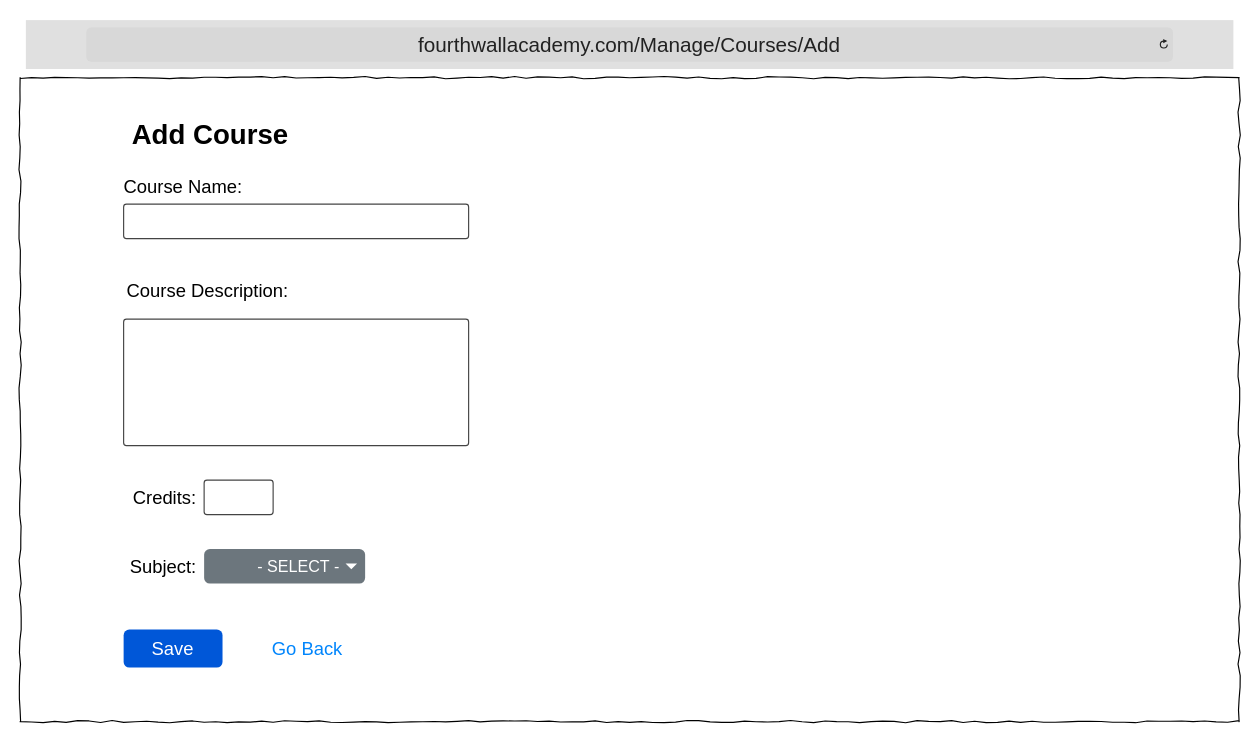
This is DesignDocument/Wireframes/4hWallAcademy_Courses_Add.drawio from TRed91/4thWallAcademy, a draw.io file, before an edit. Source tidied: cells renumbered, new cells numbered last; positions are measured from the earlier drawing's top-left corner, leaving out a move shared by most shapes. Both pictures are drawn from the tidied source at 115%, with x=0, y=0 at pixel (20, 20).
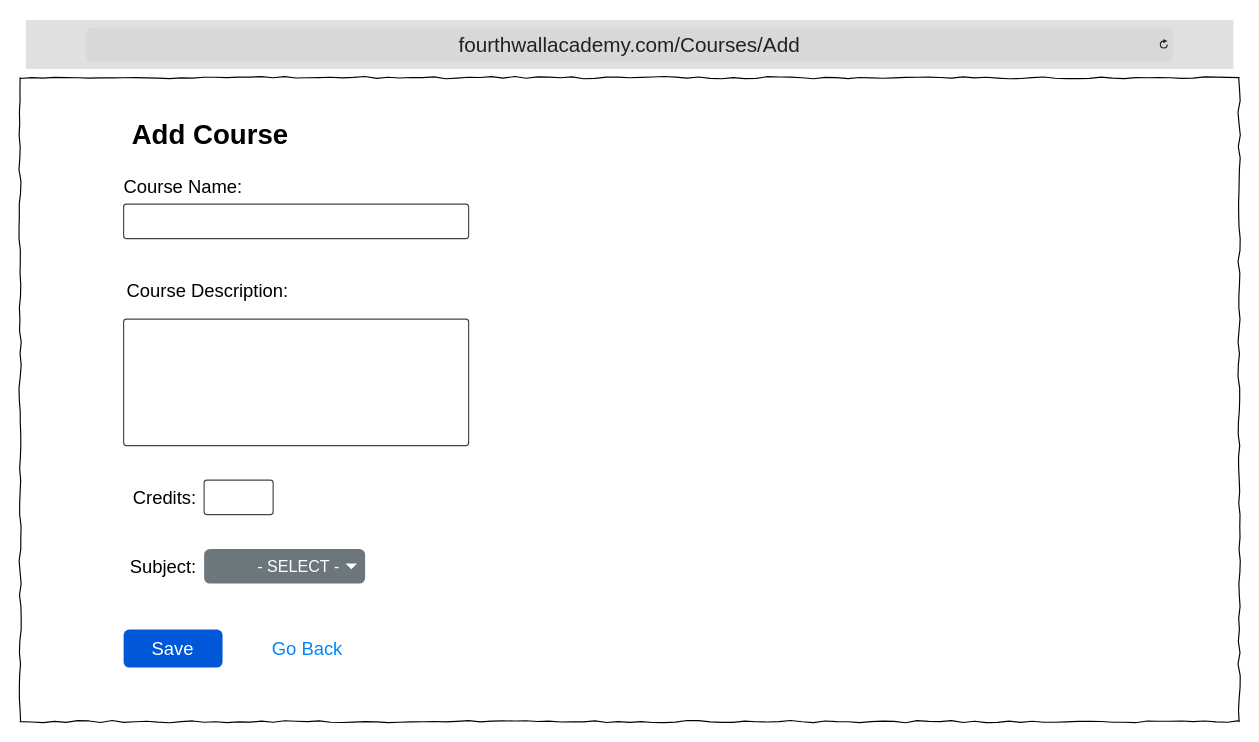
Above is the later version.

Diff of the diagram source:
```diff
@@
 <mxGraphModel>
   <root>
     <mxCell id="0" />
     <mxCell id="1" parent="0" />
     <mxCell id="2" style="whiteSpace=wrap;html=1;rounded=0;shadow=0;labelBackgroundColor=none;strokeColor=#000000;strokeWidth=1;fillColor=none;fontFamily=Verdana;fontSize=12;fontColor=#000000;align=center;comic=1;" parent="1" vertex="1">
       <mxGeometry y="50" width="1060" height="560" as="geometry" />
     </mxCell>
-    <mxCell id="3" value="&lt;font style=&quot;font-size: 18px;&quot;&gt;fourthwallacademy.com/Manage/Courses/Add&lt;/font&gt;" style="html=1;strokeWidth=1;shadow=0;dashed=0;shape=mxgraph.ios7ui.url;fillColor=#e0e0e0;strokeColor=#c0c0c0;buttonText=;strokeColor2=#222222;fontColor=#222222;fontSize=8;spacingTop=2;align=center;whiteSpace=wrap;" parent="1" vertex="1">
+    <mxCell id="3" value="&lt;font style=&quot;font-size: 18px;&quot;&gt;fourthwallacademy.com/Courses/Add&lt;/font&gt;" style="html=1;strokeWidth=1;shadow=0;dashed=0;shape=mxgraph.ios7ui.url;fillColor=#e0e0e0;strokeColor=#c0c0c0;buttonText=;strokeColor2=#222222;fontColor=#222222;fontSize=8;spacingTop=2;align=center;whiteSpace=wrap;" parent="1" vertex="1">
       <mxGeometry x="5" width="1050" height="42.5" as="geometry" />
     </mxCell>
     <mxCell id="4" value="Add Course" style="text;strokeColor=none;fillColor=none;html=1;fontSize=24;fontStyle=1;verticalAlign=middle;align=center;" parent="1" vertex="1">
       <mxGeometry x="60" y="80" width="210" height="40" as="geometry" />
     </mxCell>
     <mxCell id="5" value="&lt;font style=&quot;font-size: 16px;&quot;&gt;Course Name:&amp;nbsp;&lt;/font&gt;" style="text;html=1;align=right;verticalAlign=middle;whiteSpace=wrap;rounded=0;" parent="1" vertex="1">
       <mxGeometry x="20" y="130" width="180" height="30" as="geometry" />
     </mxCell>
     <mxCell id="6" value="&lt;font style=&quot;font-size: 16px;&quot;&gt;Course Description:&amp;nbsp;&lt;/font&gt;" style="text;html=1;align=right;verticalAlign=middle;whiteSpace=wrap;rounded=0;" parent="1" vertex="1">
       <mxGeometry x="90" y="220" width="150" height="30" as="geometry" />
     </mxCell>
     <mxCell id="7" style="strokeWidth=1;html=1;shadow=0;dashed=0;shape=mxgraph.ios.iTextInput;strokeColor=#444444;buttonText=;fontSize=8;whiteSpace=wrap;align=left;" parent="1" vertex="1">
       <mxGeometry x="90" y="160" width="300" height="30" as="geometry" />
     </mxCell>
     <mxCell id="8" style="strokeWidth=1;html=1;shadow=0;dashed=0;shape=mxgraph.ios.iTextInput;strokeColor=#444444;buttonText=;fontSize=8;whiteSpace=wrap;align=left;" parent="1" vertex="1">
       <mxGeometry x="90" y="260" width="300" height="110" as="geometry" />
     </mxCell>
     <mxCell id="9" value="&lt;font style=&quot;font-size: 16px;&quot;&gt;Credits:&amp;nbsp;&lt;/font&gt;" style="text;html=1;align=right;verticalAlign=middle;whiteSpace=wrap;rounded=0;" parent="1" vertex="1">
       <mxGeometry x="90" y="400" width="70" height="30" as="geometry" />
     </mxCell>
     <mxCell id="10" style="strokeWidth=1;html=1;shadow=0;dashed=0;shape=mxgraph.ios.iTextInput;strokeColor=#444444;buttonText=;fontSize=8;whiteSpace=wrap;align=left;" parent="1" vertex="1">
       <mxGeometry x="160" y="400" width="60" height="30" as="geometry" />
     </mxCell>
     <mxCell id="11" value="&lt;font style=&quot;font-size: 16px;&quot;&gt;Subject:&amp;nbsp;&lt;/font&gt;" style="text;html=1;align=right;verticalAlign=middle;whiteSpace=wrap;rounded=0;" parent="1" vertex="1">
       <mxGeometry x="90" y="460" width="70" height="30" as="geometry" />
     </mxCell>
     <mxCell id="12" value="- SELECT -" style="html=1;shadow=0;dashed=0;shape=mxgraph.bootstrap.rrect;rSize=5;strokeColor=none;strokeWidth=1;fillColor=#6C767D;fontColor=#ffffff;whiteSpace=wrap;align=right;verticalAlign=middle;fontStyle=0;fontSize=14;spacingRight=20;" parent="1" vertex="1">
       <mxGeometry x="160" y="460" width="140" height="30" as="geometry" />
     </mxCell>
     <mxCell id="13" style="shape=triangle;direction=south;fillColor=#ffffff;strokeColor=none;perimeter=none;" parent="12" vertex="1">
       <mxGeometry x="1" y="0.5" width="10" height="5" relative="1" as="geometry">
         <mxPoint x="-17" y="-2.5" as="offset" />
       </mxGeometry>
     </mxCell>
     <mxCell id="14" value="&lt;font style=&quot;font-size: 16px;&quot;&gt;Save&lt;/font&gt;" style="rounded=1;fillColor=#0057D8;strokeColor=none;html=1;whiteSpace=wrap;fontColor=#ffffff;align=center;verticalAlign=middle;fontStyle=0;fontSize=12;sketch=0;" parent="1" vertex="1">
       <mxGeometry x="90" y="530" width="86" height="33" as="geometry" />
     </mxCell>
     <mxCell id="15" value="Go Back" style="html=1;shadow=0;dashed=0;shape=mxgraph.bootstrap.rrect;rSize=5;strokeColor=none;strokeWidth=1;fillColor=none;fontColor=#0085FC;whiteSpace=wrap;align=center;verticalAlign=middle;spacingLeft=0;fontStyle=0;fontSize=16;spacing=5;" parent="1" vertex="1">
       <mxGeometry x="200" y="526.5" width="100" height="40" as="geometry" />
     </mxCell>
   </root>
 </mxGraphModel>
```
